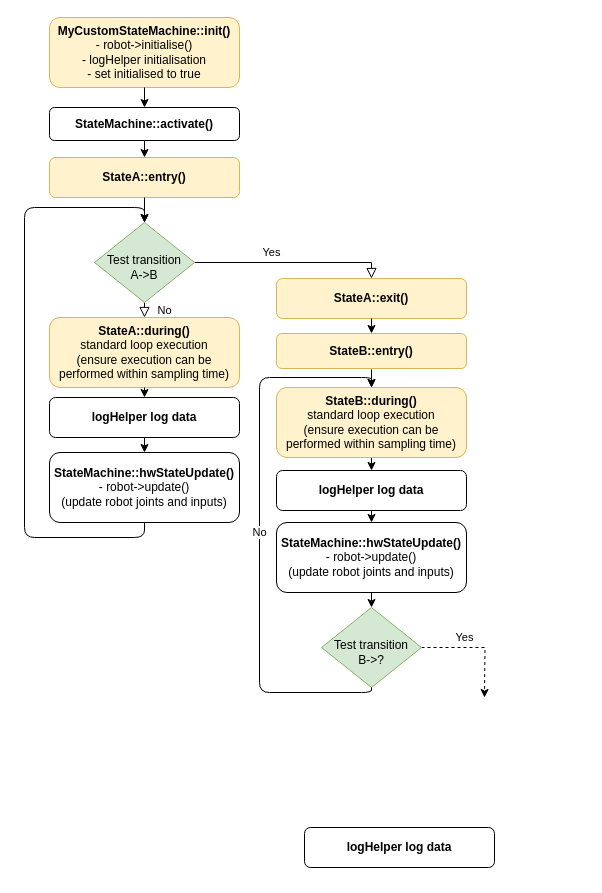
UniMelbHumanRoboticsLab/CANOpenRobotController keeps this draw.io diagram as doc/Diagrams/CORCStateMachineExecution.drawio. Above is the earlier version. Source tidied: cells renumbered, new cells numbered last; positions are measured from the earlier drawing's top-left corner, leaving out a move shared by most shapes. Both pictures are drawn from the tidied source at 100%, with x=0, y=0 at pixel (24, 17).
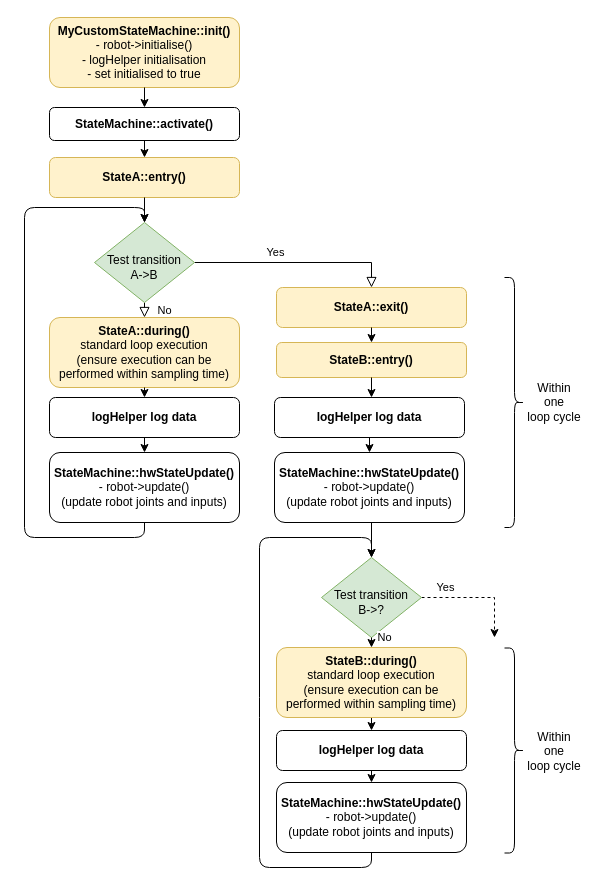
The same diagram, later.

Diff of the diagram source:
```diff
@@
     <mxCell id="7" value="&lt;b&gt;StateB::entry()&lt;/b&gt;" style="rounded=1;whiteSpace=wrap;html=1;fontSize=12;glass=0;strokeWidth=1;shadow=0;fillColor=#fff2cc;strokeColor=#d6b656;" parent="1" vertex="1">
-      <mxGeometry x="252" y="316" width="190" height="35" as="geometry" />
+      <mxGeometry x="252" y="325" width="190" height="35" as="geometry" />
     </mxCell>
@@
     <mxCell id="10" value="&lt;div&gt;&lt;b&gt;StateB::during()&lt;/b&gt;&lt;/div&gt;&lt;div&gt;standard loop execution&lt;br&gt;(ensure execution can be performed within sampling time)&lt;b&gt;&lt;br&gt;&lt;/b&gt;&lt;/div&gt;" style="rounded=1;whiteSpace=wrap;html=1;fontSize=12;glass=0;strokeWidth=1;shadow=0;fillColor=#fff2cc;strokeColor=#d6b656;" parent="1" vertex="1">
-      <mxGeometry x="252" y="370" width="190" height="70" as="geometry" />
+      <mxGeometry x="252" y="630" width="190" height="70" as="geometry" />
     </mxCell>
@@
     <mxCell id="12" value="&lt;b&gt;StateA::exit()&lt;/b&gt;" style="rounded=1;whiteSpace=wrap;html=1;fontSize=12;glass=0;strokeWidth=1;shadow=0;fillColor=#fff2cc;strokeColor=#d6b656;" parent="1" vertex="1">
-      <mxGeometry x="252" y="261" width="190" height="40" as="geometry" />
+      <mxGeometry x="252" y="270" width="190" height="40" as="geometry" />
     </mxCell>
@@
     <mxCell id="16" value="&lt;b&gt;logHelper log data&lt;/b&gt;" style="rounded=1;whiteSpace=wrap;html=1;fontSize=12;glass=0;strokeWidth=1;shadow=0;" parent="1" vertex="1">
-      <mxGeometry x="252" y="453" width="190" height="40" as="geometry" />
+      <mxGeometry x="252" y="713" width="190" height="40" as="geometry" />
     </mxCell>
@@
     <mxCell id="18" value="&lt;b&gt;StateMachine::hwStateUpdate()&lt;/b&gt;&lt;br&gt;- robot-&amp;gt;update()&lt;br&gt;(update robot joints and inputs)" style="rounded=1;whiteSpace=wrap;html=1;fontSize=12;glass=0;strokeWidth=1;shadow=0;" parent="1" vertex="1">
-      <mxGeometry x="252" y="505" width="190" height="70" as="geometry" />
+      <mxGeometry x="252" y="765" width="190" height="70" as="geometry" />
     </mxCell>
     <mxCell id="19" value="Yes" style="edgeStyle=orthogonalEdgeStyle;rounded=0;jettySize=auto;html=1;exitX=1;exitY=0.5;exitDx=0;exitDy=0;dashed=1;" parent="1" edge="1" source="20">
-      <mxGeometry x="-0.24" y="10" relative="1" as="geometry">
-        <mxPoint x="460" y="680" as="targetPoint" />
+      <mxGeometry x="-0.57" y="10" relative="1" as="geometry">
+        <mxPoint x="470" y="620" as="targetPoint" />
+        <Array as="points">
+          <mxPoint x="470" y="580" />
+        </Array>
       </mxGeometry>
     </mxCell>
     <mxCell id="20" value="&lt;br&gt;Test transition&lt;br&gt;B-&amp;gt;?" style="rhombus;whiteSpace=wrap;html=1;shadow=0;fontFamily=Helvetica;fontSize=12;align=center;strokeWidth=1;spacing=6;spacingTop=-4;fillColor=#d5e8d4;strokeColor=#82b366;" parent="1" vertex="1">
-      <mxGeometry x="297" y="590" width="100" height="80" as="geometry" />
+      <mxGeometry x="297" y="540" width="100" height="80" as="geometry" />
     </mxCell>
-    <mxCell id="21" value="&lt;b&gt;logHelper log data&lt;/b&gt;" style="rounded=1;whiteSpace=wrap;html=1;fontSize=12;glass=0;strokeWidth=1;shadow=0;" parent="1" vertex="1">
-      <mxGeometry x="280" y="810" width="190" height="40" as="geometry" />
-    </mxCell>
@@
-    <mxCell id="23" style="endArrow=classic;html=1;entryX=0.5;entryY=0;entryDx=0;entryDy=0;" parent="1" edge="1" target="10">
+    <mxCell id="23" style="endArrow=classic;html=1;exitX=0.5;exitY=1;exitDx=0;exitDy=0;" parent="1" edge="1" source="7">
       <mxGeometry relative="1" as="geometry">
-        <mxPoint x="347" y="352" as="sourcePoint" />
+        <mxPoint x="347" y="380" as="targetPoint" />
       </mxGeometry>
     </mxCell>
@@
-    <mxCell id="25" value="No" style="endArrow=classic;html=1;exitX=0.5;exitY=1;exitDx=0;exitDy=0;entryX=0.5;entryY=0;entryDx=0;entryDy=0;" parent="1" edge="1" source="20" target="10">
-      <mxGeometry relative="1" as="geometry">
+    <mxCell id="25" value="No" style="endArrow=classic;html=1;exitX=0.5;exitY=1;exitDx=0;exitDy=0;" parent="1" edge="1" source="18">
+      <mxGeometry x="1" y="81" relative="1" as="geometry">
+        <mxPoint x="347" y="540" as="targetPoint" />
         <Array as="points">
-          <mxPoint x="347" y="675" />
-          <mxPoint x="235" y="675" />
-          <mxPoint x="235" y="360" />
-          <mxPoint x="347" y="360" />
+          <mxPoint x="347" y="850" />
+          <mxPoint x="235" y="850" />
+          <mxPoint x="235" y="690" />
+          <mxPoint x="235" y="520" />
+          <mxPoint x="347" y="520" />
         </Array>
+        <mxPoint x="-68" y="80" as="offset" />
       </mxGeometry>
     </mxCell>
-    <mxCell id="26" style="endArrow=classic;html=1;exitX=0.5;exitY=1;exitDx=0;exitDy=0;entryX=0.5;entryY=0;entryDx=0;entryDy=0;" parent="1" edge="1" source="18" target="20">
+    <mxCell id="26" style="endArrow=classic;html=1;exitX=0.5;exitY=1;exitDx=0;exitDy=0;entryX=0.5;entryY=0;entryDx=0;entryDy=0;" parent="1" edge="1" source="20" target="10">
       <mxGeometry relative="1" as="geometry" />
     </mxCell>
@@
+    <mxCell id="31" value="&lt;b&gt;StateMachine::hwStateUpdate()&lt;/b&gt;&lt;br&gt;- robot-&amp;gt;update()&lt;br&gt;(update robot joints and inputs)" style="rounded=1;whiteSpace=wrap;html=1;fontSize=12;glass=0;strokeWidth=1;shadow=0;" parent="1" vertex="1">
+      <mxGeometry x="250" y="435" width="190" height="70" as="geometry" />
+    </mxCell>
+    <mxCell id="32" style="edgeStyle=orthogonalEdgeStyle;rounded=0;jettySize=auto;html=1;exitX=0.5;exitY=1;exitDx=0;exitDy=0;entryX=0.5;entryY=0;entryDx=0;entryDy=0;" parent="1" edge="1" source="21" target="31">
+      <mxGeometry relative="1" as="geometry" />
+    </mxCell>
+    <mxCell id="21" value="&lt;b&gt;logHelper log data&lt;/b&gt;" style="rounded=1;whiteSpace=wrap;html=1;fontSize=12;glass=0;strokeWidth=1;shadow=0;" parent="1" vertex="1">
+      <mxGeometry x="250" y="380" width="190" height="40" as="geometry" />
+    </mxCell>
+    <mxCell id="33" style="edgeStyle=orthogonalEdgeStyle;rounded=0;jettySize=auto;html=1;exitX=0.5;exitY=1;exitDx=0;exitDy=0;entryX=0.5;entryY=0;entryDx=0;entryDy=0;" parent="1" edge="1" source="31" target="20">
+      <mxGeometry relative="1" as="geometry" />
+    </mxCell>
+    <mxCell id="34" style="shape=curlyBracket;whiteSpace=wrap;html=1;rounded=1;flipH=1;" parent="1" vertex="1">
+      <mxGeometry x="480" y="260" width="20" height="250" as="geometry" />
+    </mxCell>
+    <mxCell id="35" style="shape=curlyBracket;whiteSpace=wrap;html=1;rounded=1;flipH=1;" parent="1" vertex="1">
+      <mxGeometry x="480" y="630.5" width="20" height="205" as="geometry" />
+    </mxCell>
+    <mxCell id="36" value="&lt;div&gt;Within&lt;/div&gt;&lt;div&gt;one&lt;/div&gt;&lt;div&gt;loop cycle&lt;br&gt;&lt;/div&gt;" style="text;html=1;strokeColor=none;fillColor=none;align=center;verticalAlign=middle;whiteSpace=wrap;rounded=0;" parent="1" vertex="1">
+      <mxGeometry x="500" y="350" width="60" height="70" as="geometry" />
+    </mxCell>
+    <mxCell id="37" value="&lt;div&gt;Within&lt;/div&gt;&lt;div&gt;one&lt;/div&gt;&lt;div&gt;loop cycle&lt;br&gt;&lt;/div&gt;" style="text;html=1;strokeColor=none;fillColor=none;align=center;verticalAlign=middle;whiteSpace=wrap;rounded=0;" parent="1" vertex="1">
+      <mxGeometry x="500" y="698.5" width="60" height="70" as="geometry" />
+    </mxCell>
```
